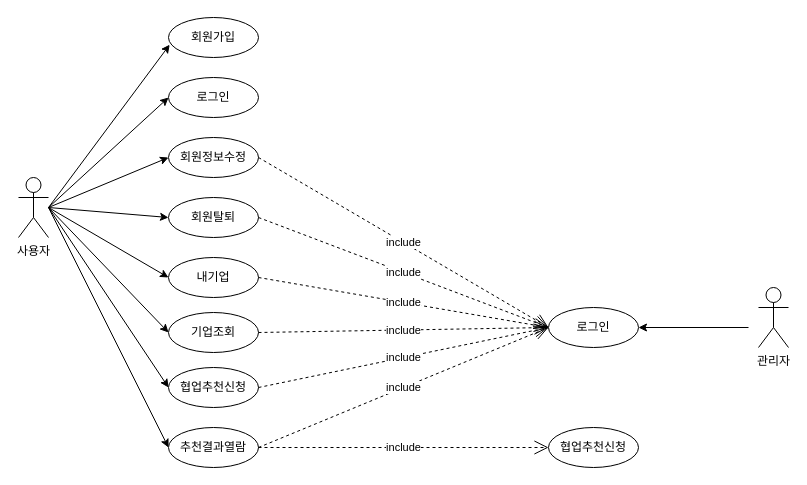
hanbinpark/Spring keeps this draw.io diagram as 유스케이스.drawio. Above is the earlier version. Source tidied: cells renumbered, new cells numbered last; positions are measured from the earlier drawing's top-left corner, leaving out a move shared by most shapes. Both pictures are drawn from the tidied source at 100%, with x=0, y=0 at pixel (18, 17).
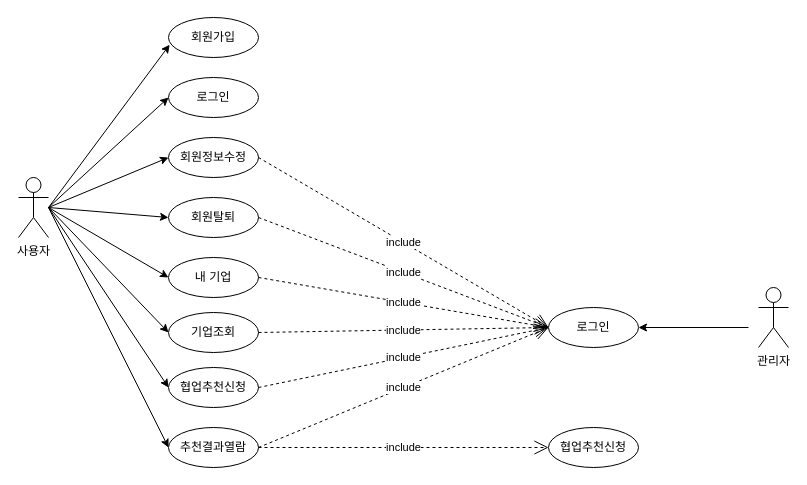
After the change.

Commit message (it also covers changes not shown here):
유스케이스.drawio 업데이트

Change to the diagram source:
```diff
@@
-    <mxCell id="8" value="내기업" style="ellipse;whiteSpace=wrap;html=1;" parent="1" vertex="1">
+    <mxCell id="8" value="내 기업" style="ellipse;whiteSpace=wrap;html=1;" parent="1" vertex="1">
       <mxGeometry x="150" y="240" width="90" height="40" as="geometry" />
     </mxCell>
```
